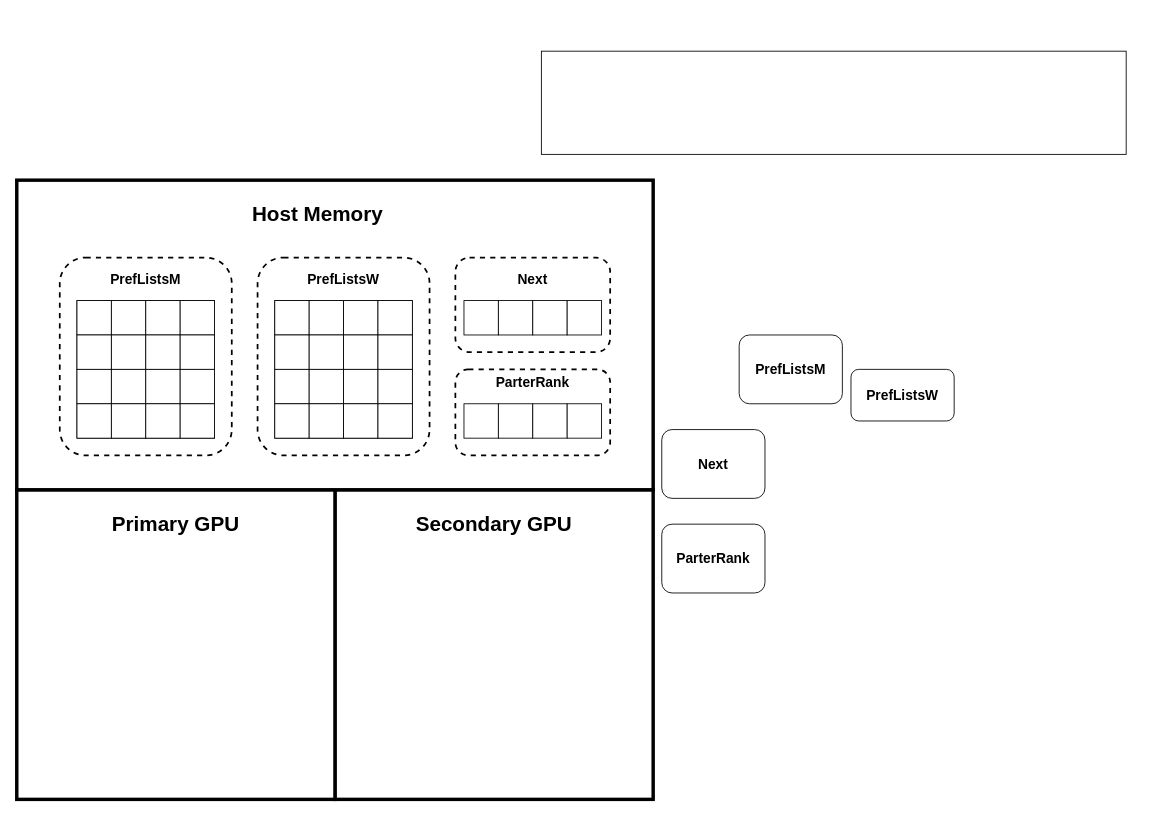
Above: DSInHybridSystem.drawio in victorliu-sq/BambooSMP-Figures (draw.io), before the change. Source tidied: cells renumbered, new cells numbered last; positions are measured from the earlier drawing's top-left corner, leaving out a move shared by most shapes. Both pictures are drawn from the tidied source at 86%, with x=0, y=0 at pixel (16, 51).
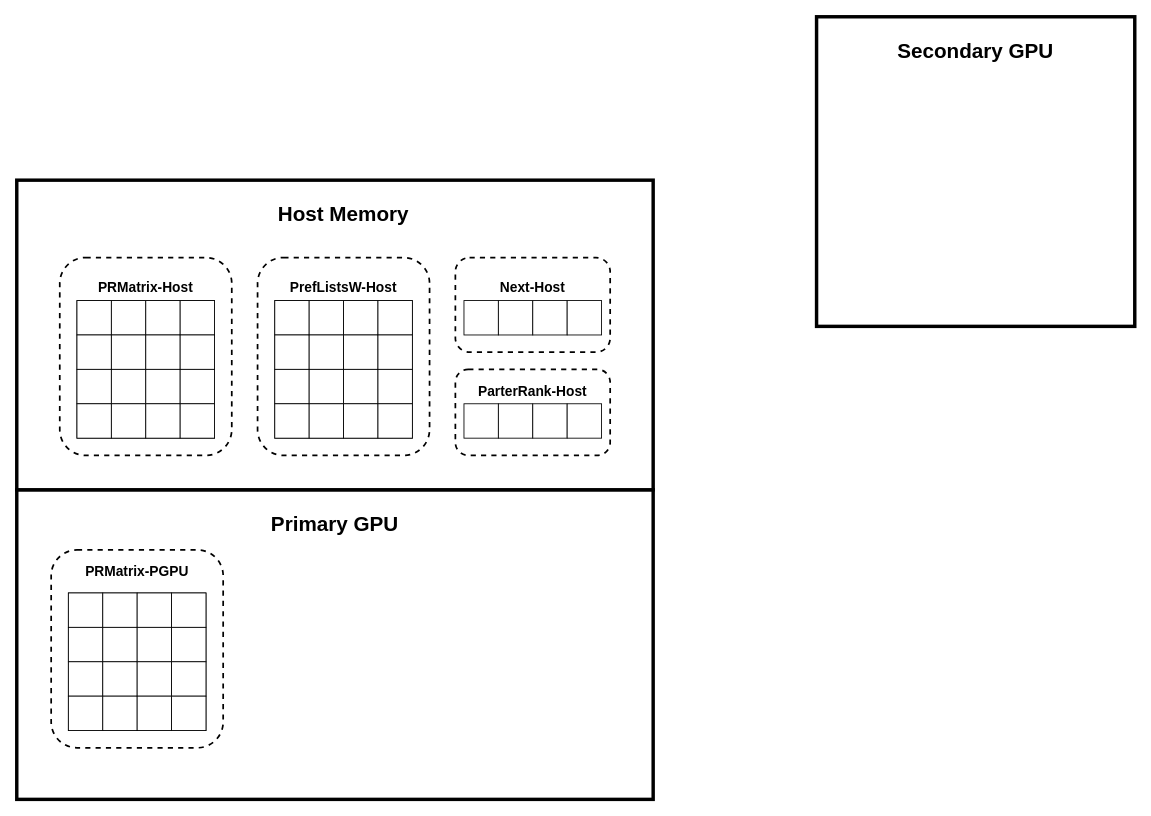
The same page after the edit.

What changed in the source:
```diff
@@
     <mxCell id="2" style="rounded=0;whiteSpace=wrap;html=1;strokeWidth=4;" parent="1" vertex="1">
-      <mxGeometry x="370" y="510" width="370" height="360" as="geometry" />
+      <mxGeometry x="930" y="-40" width="370" height="360" as="geometry" />
     </mxCell>
     <mxCell id="3" style="rounded=0;whiteSpace=wrap;html=1;strokeWidth=4;" parent="1" vertex="1">
-      <mxGeometry y="510" width="370" height="360" as="geometry" />
+      <mxGeometry y="510" width="740" height="360" as="geometry" />
     </mxCell>
@@
-    <mxCell id="9" style="rounded=0;whiteSpace=wrap;html=1;" parent="1" vertex="1">
-      <mxGeometry x="610" width="680" height="120" as="geometry" />
-    </mxCell>
     <mxCell id="10" value="&lt;span style=&quot;font-size: 24px;&quot;&gt;&lt;b&gt;Host Memory&lt;/b&gt;&lt;/span&gt;" style="rounded=1;whiteSpace=wrap;html=1;strokeColor=none;fillColor=none;strokeWidth=3;" parent="1" vertex="1">
-      <mxGeometry x="270" y="150" width="160" height="80" as="geometry" />
+      <mxGeometry x="300" y="150" width="160" height="80" as="geometry" />
     </mxCell>
     <mxCell id="11" value="&lt;span style=&quot;font-size: 24px;&quot;&gt;&lt;b&gt;Primary GPU&lt;/b&gt;&lt;/span&gt;" style="rounded=1;whiteSpace=wrap;html=1;strokeColor=none;fillColor=none;" parent="1" vertex="1">
-      <mxGeometry x="25" y="510" width="320" height="80" as="geometry" />
+      <mxGeometry x="210" y="510" width="320" height="80" as="geometry" />
     </mxCell>
     <mxCell id="12" value="&lt;span style=&quot;font-size: 24px;&quot;&gt;&lt;b&gt;Secondary GPU&lt;/b&gt;&lt;/span&gt;" style="rounded=1;whiteSpace=wrap;html=1;strokeColor=none;fillColor=none;" parent="1" vertex="1">
-      <mxGeometry x="395" y="510" width="320" height="80" as="geometry" />
+      <mxGeometry x="955" y="-40" width="320" height="80" as="geometry" />
     </mxCell>
-    <mxCell id="13" value="&lt;b style=&quot;font-size: 16px;&quot;&gt;PrefListsM&lt;/b&gt;" style="rounded=1;whiteSpace=wrap;html=1;fontSize=16;" parent="1" vertex="1">
-      <mxGeometry x="840" y="330" width="120" height="80" as="geometry" />
-    </mxCell>
-    <mxCell id="14" value="&lt;b style=&quot;font-size: 16px;&quot;&gt;PrefListsW&lt;/b&gt;" style="rounded=1;whiteSpace=wrap;html=1;fontSize=16;" parent="1" vertex="1">
-      <mxGeometry x="970" y="370" width="120" height="60" as="geometry" />
-    </mxCell>
@@
-    <mxCell id="51" value="&lt;b style=&quot;font-size: 16px;&quot;&gt;Next&lt;/b&gt;" style="rounded=1;whiteSpace=wrap;html=1;fontSize=16;" parent="1" vertex="1">
-      <mxGeometry x="750" y="440" width="120" height="80" as="geometry" />
-    </mxCell>
-    <mxCell id="52" value="&lt;b style=&quot;font-size: 16px;&quot;&gt;ParterRank&lt;/b&gt;" style="rounded=1;whiteSpace=wrap;html=1;fontSize=16;" parent="1" vertex="1">
-      <mxGeometry x="750" y="550" width="120" height="80" as="geometry" />
-    </mxCell>
@@
-    <mxCell id="63" value="&lt;p&gt;&lt;b&gt;&lt;font style=&quot;font-size: 16px;&quot;&gt;PrefListsM&lt;/font&gt;&lt;/b&gt;&lt;/p&gt;" style="text;html=1;align=center;verticalAlign=middle;whiteSpace=wrap;rounded=0;" parent="1" vertex="1">
-      <mxGeometry x="100" y="250" width="100" height="30" as="geometry" />
+    <mxCell id="63" value="&lt;p&gt;&lt;b&gt;&lt;font style=&quot;font-size: 16px;&quot;&gt;PRMatrix-Host&lt;/font&gt;&lt;/b&gt;&lt;/p&gt;" style="text;html=1;align=center;verticalAlign=middle;whiteSpace=wrap;rounded=0;" parent="1" vertex="1">
+      <mxGeometry x="80" y="260" width="140" height="30" as="geometry" />
     </mxCell>
-    <mxCell id="64" value="&lt;p&gt;&lt;b&gt;&lt;font style=&quot;font-size: 16px;&quot;&gt;PrefListsW&lt;/font&gt;&lt;/b&gt;&lt;/p&gt;" style="text;html=1;align=center;verticalAlign=middle;whiteSpace=wrap;rounded=0;" parent="1" vertex="1">
-      <mxGeometry x="330" y="250" width="100" height="30" as="geometry" />
+    <mxCell id="64" value="&lt;p&gt;&lt;b&gt;&lt;font style=&quot;font-size: 16px;&quot;&gt;PrefListsW-Host&lt;/font&gt;&lt;/b&gt;&lt;/p&gt;" style="text;html=1;align=center;verticalAlign=middle;whiteSpace=wrap;rounded=0;" parent="1" vertex="1">
+      <mxGeometry x="315" y="260" width="130" height="30" as="geometry" />
     </mxCell>
-    <mxCell id="65" value="&lt;p&gt;&lt;b&gt;&lt;font style=&quot;font-size: 16px;&quot;&gt;Next&lt;/font&gt;&lt;/b&gt;&lt;/p&gt;" style="text;html=1;align=center;verticalAlign=middle;whiteSpace=wrap;rounded=0;" parent="1" vertex="1">
-      <mxGeometry x="550" y="250" width="100" height="30" as="geometry" />
+    <mxCell id="65" value="&lt;p&gt;&lt;b&gt;&lt;font style=&quot;font-size: 16px;&quot;&gt;Next-Host&lt;/font&gt;&lt;/b&gt;&lt;/p&gt;" style="text;html=1;align=center;verticalAlign=middle;whiteSpace=wrap;rounded=0;" parent="1" vertex="1">
+      <mxGeometry x="550" y="260" width="100" height="30" as="geometry" />
     </mxCell>
-    <mxCell id="66" value="&lt;p&gt;&lt;b&gt;&lt;font style=&quot;font-size: 16px;&quot;&gt;ParterRank&lt;/font&gt;&lt;/b&gt;&lt;/p&gt;" style="text;html=1;align=center;verticalAlign=middle;whiteSpace=wrap;rounded=0;" parent="1" vertex="1">
-      <mxGeometry x="550" y="370" width="100" height="30" as="geometry" />
+    <mxCell id="66" value="&lt;p&gt;&lt;b&gt;&lt;font style=&quot;font-size: 16px;&quot;&gt;ParterRank-Host&lt;/font&gt;&lt;/b&gt;&lt;/p&gt;" style="text;html=1;align=center;verticalAlign=middle;whiteSpace=wrap;rounded=0;" parent="1" vertex="1">
+      <mxGeometry x="535" y="380" width="130" height="30" as="geometry" />
     </mxCell>
+    <mxCell id="67" style="rounded=1;whiteSpace=wrap;html=1;fillColor=none;strokeWidth=2;dashed=1;" parent="1" vertex="1">
+      <mxGeometry x="40" y="580" width="200" height="230" as="geometry" />
+    </mxCell>
+    <mxCell id="68" style="group;" parent="1" vertex="1">
+      <mxGeometry x="60" y="630" width="160" height="160" as="geometry" />
+    </mxCell>
+    <mxCell id="69" style="rounded=0;whiteSpace=wrap;html=1;" parent="68" vertex="1">
+      <mxGeometry width="160" height="160" as="geometry" />
+    </mxCell>
+    <mxCell id="70" style="rounded=0;whiteSpace=wrap;html=1;" parent="68" vertex="1">
+      <mxGeometry width="40" height="40" as="geometry" />
+    </mxCell>
+    <mxCell id="71" style="rounded=0;whiteSpace=wrap;html=1;" parent="68" vertex="1">
+      <mxGeometry y="40" width="40" height="40" as="geometry" />
+    </mxCell>
+    <mxCell id="72" style="rounded=0;whiteSpace=wrap;html=1;" parent="68" vertex="1">
+      <mxGeometry y="80" width="40" height="40" as="geometry" />
+    </mxCell>
+    <mxCell id="73" style="rounded=0;whiteSpace=wrap;html=1;" parent="68" vertex="1">
+      <mxGeometry y="120" width="40" height="40" as="geometry" />
+    </mxCell>
+    <mxCell id="74" style="rounded=0;whiteSpace=wrap;html=1;" parent="68" vertex="1">
+      <mxGeometry x="40" width="40" height="40" as="geometry" />
+    </mxCell>
+    <mxCell id="75" style="rounded=0;whiteSpace=wrap;html=1;" parent="68" vertex="1">
+      <mxGeometry x="40" y="40" width="40" height="40" as="geometry" />
+    </mxCell>
+    <mxCell id="76" style="rounded=0;whiteSpace=wrap;html=1;" parent="68" vertex="1">
+      <mxGeometry x="40" y="80" width="40" height="40" as="geometry" />
+    </mxCell>
+    <mxCell id="77" style="rounded=0;whiteSpace=wrap;html=1;" parent="68" vertex="1">
+      <mxGeometry x="40" y="120" width="40" height="40" as="geometry" />
+    </mxCell>
+    <mxCell id="78" style="rounded=0;whiteSpace=wrap;html=1;" parent="68" vertex="1">
+      <mxGeometry x="80" width="40" height="40" as="geometry" />
+    </mxCell>
+    <mxCell id="79" style="rounded=0;whiteSpace=wrap;html=1;" parent="68" vertex="1">
+      <mxGeometry x="80" y="40" width="40" height="40" as="geometry" />
+    </mxCell>
+    <mxCell id="80" style="rounded=0;whiteSpace=wrap;html=1;" parent="68" vertex="1">
+      <mxGeometry x="80" y="80" width="40" height="40" as="geometry" />
+    </mxCell>
+    <mxCell id="81" style="rounded=0;whiteSpace=wrap;html=1;" parent="68" vertex="1">
+      <mxGeometry x="80" y="120" width="40" height="40" as="geometry" />
+    </mxCell>
+    <mxCell id="82" style="rounded=0;whiteSpace=wrap;html=1;" parent="68" vertex="1">
+      <mxGeometry x="120" width="40" height="40" as="geometry" />
+    </mxCell>
+    <mxCell id="83" style="rounded=0;whiteSpace=wrap;html=1;" parent="68" vertex="1">
+      <mxGeometry x="120" y="40" width="40" height="40" as="geometry" />
+    </mxCell>
+    <mxCell id="84" style="rounded=0;whiteSpace=wrap;html=1;" parent="68" vertex="1">
+      <mxGeometry x="120" y="80" width="40" height="40" as="geometry" />
+    </mxCell>
+    <mxCell id="85" style="rounded=0;whiteSpace=wrap;html=1;" parent="68" vertex="1">
+      <mxGeometry x="120" y="120" width="40" height="40" as="geometry" />
+    </mxCell>
+    <mxCell id="86" value="&lt;p&gt;&lt;b&gt;&lt;font style=&quot;font-size: 16px;&quot;&gt;PRMatrix-PGPU&lt;/font&gt;&lt;/b&gt;&lt;/p&gt;" style="text;html=1;align=center;verticalAlign=middle;whiteSpace=wrap;rounded=0;" parent="1" vertex="1">
+      <mxGeometry x="75" y="590" width="130" height="30" as="geometry" />
+    </mxCell>
```
